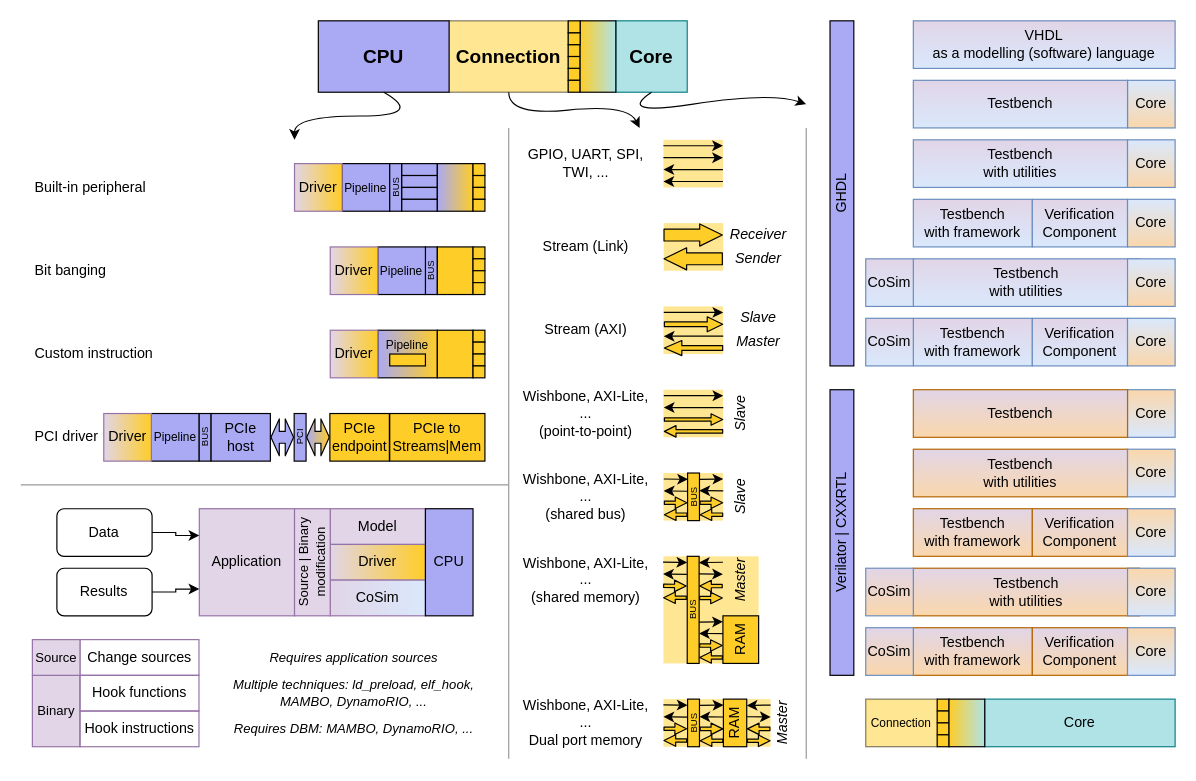
umarcor/SIEAV keeps this draw.io diagram as doc/SIEAV-CVS.drawio. Above is the earlier version. Source tidied: cells renumbered, new cells numbered last; positions are measured from the earlier drawing's top-left corner, leaving out a move shared by most shapes. Both pictures are drawn from the tidied source at 119%, with x=0, y=0 at pixel (20, 20).
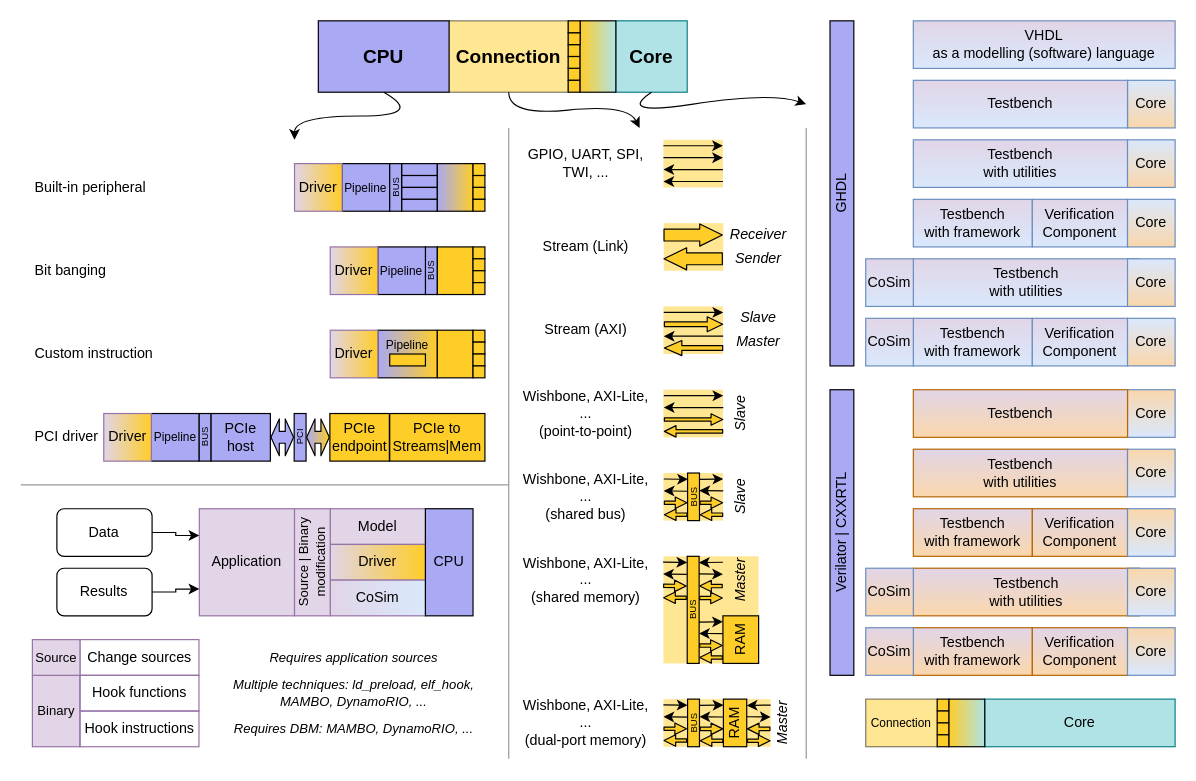
The same page after the edit.

Commit message (it also covers changes not shown here):
doc: update figure software-hardware

Change to the diagram source:
```diff
@@
-    <mxCell id="181" value="Wishbone, AXI-Lite,&lt;br style=&quot;font-size: 12px;&quot;&gt;...&lt;br style=&quot;font-size: 12px;&quot;&gt;Dual port memory" style="rounded=0;whiteSpace=wrap;html=1;gradientColor=#FFCD28;fontSize=12;fontColor=#000000;fillColor=none;strokeColor=none;" parent="1" vertex="1">
+    <mxCell id="181" value="Wishbone, AXI-Lite,&lt;br style=&quot;font-size: 12px&quot;&gt;...&lt;br style=&quot;font-size: 12px&quot;&gt;(dual-port memory)" style="rounded=0;whiteSpace=wrap;html=1;gradientColor=#FFCD28;fontSize=12;fontColor=#000000;fillColor=none;strokeColor=none;" parent="1" vertex="1">
       <mxGeometry x="420" y="570" width="110" height="40" as="geometry" />
     </mxCell>
```
